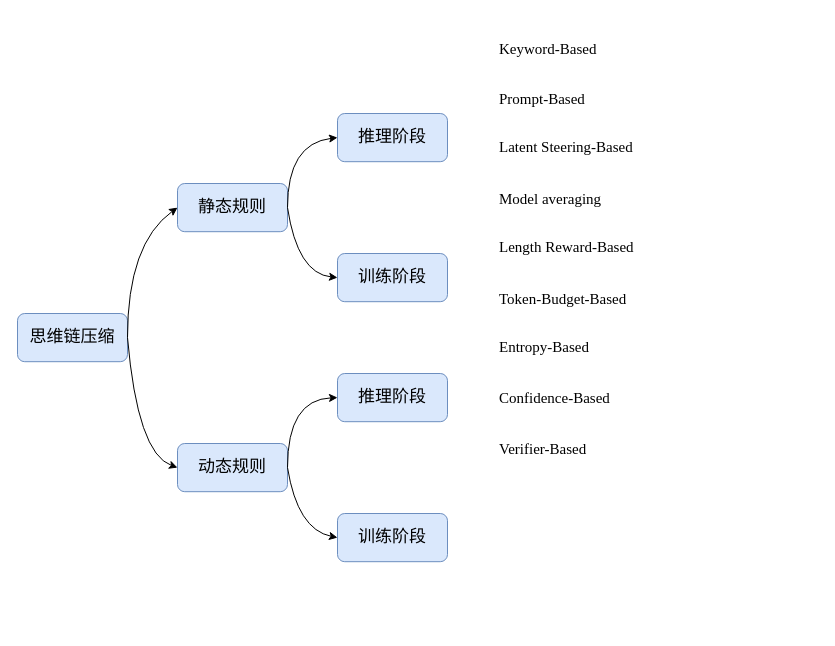
bozhao-li/hello-world keeps this draw.io diagram as 思维链压缩思维导图.drawio. Above is the earlier version. Source tidied: cells renumbered, new cells numbered last; positions are measured from the earlier drawing's top-left corner, leaving out a move shared by most shapes. Both pictures are drawn from the tidied source at 100%, with x=0, y=0 at pixel (17, 33).
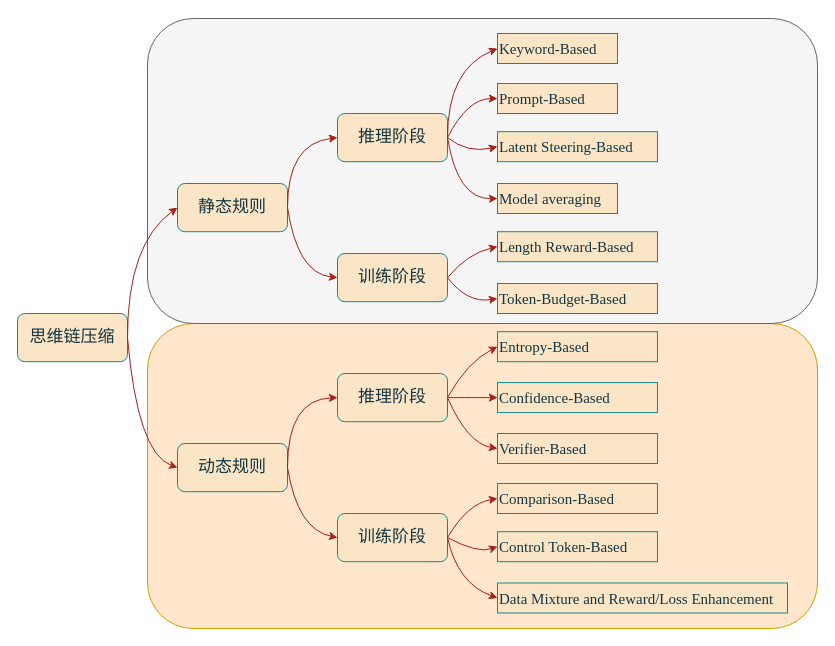
The same diagram, later.

Commit message:
更新思维链压缩思维导图.drawio

The edit, as a diff of the source:
```diff
@@
+    <mxCell id="24" style="rounded=1;whiteSpace=wrap;html=1;fillColor=#ffe6cc;strokeColor=#d79b00;" parent="1" vertex="1">
+      <mxGeometry x="130" y="290" width="670" height="305" as="geometry" />
+    </mxCell>
+    <mxCell id="25" style="rounded=1;whiteSpace=wrap;html=1;strokeColor=#666666;fillColor=#f5f5f5;fontColor=#333333;" parent="1" vertex="1">
+      <mxGeometry x="130" y="-15" width="670" height="305" as="geometry" />
+    </mxCell>
-    <mxCell id="2" value="&lt;font style=&quot;font-size: 17px;&quot;&gt;&lt;span style=&quot;text-wrap-mode: nowrap;&quot;&gt;思维链压缩&lt;/span&gt;&lt;/font&gt;" style="rounded=1;whiteSpace=wrap;html=1;fillColor=#dae8fc;strokeColor=#6c8ebf;fontFamily=Kaiti;" parent="1" vertex="1">
+    <mxCell id="2" value="&lt;font style=&quot;font-size: 17px;&quot;&gt;&lt;span style=&quot;text-wrap-mode: nowrap;&quot;&gt;思维链压缩&lt;/span&gt;&lt;/font&gt;" style="rounded=1;whiteSpace=wrap;html=1;fillColor=#FAE5C7;strokeColor=#0F8B8D;fontFamily=Kaiti;labelBackgroundColor=none;fontColor=#143642;" parent="1" vertex="1">
       <mxGeometry y="280" width="110" height="48.2" as="geometry" />
     </mxCell>
-    <mxCell id="3" value="&lt;span style=&quot;font-size: 17px; text-wrap-mode: nowrap;&quot;&gt;静态规则&lt;/span&gt;" style="rounded=1;whiteSpace=wrap;html=1;fillColor=#dae8fc;strokeColor=#6c8ebf;fontFamily=Kaiti;" parent="1" vertex="1">
+    <mxCell id="3" value="&lt;span style=&quot;font-size: 17px; text-wrap-mode: nowrap;&quot;&gt;静态规则&lt;/span&gt;" style="rounded=1;whiteSpace=wrap;html=1;fillColor=#FAE5C7;strokeColor=#0F8B8D;fontFamily=Kaiti;labelBackgroundColor=none;fontColor=#143642;" parent="1" vertex="1">
       <mxGeometry x="160" y="150" width="110" height="48.2" as="geometry" />
     </mxCell>
-    <mxCell id="4" value="&lt;span style=&quot;font-size: 17px; text-wrap-mode: nowrap;&quot;&gt;动态规则&lt;/span&gt;" style="rounded=1;whiteSpace=wrap;html=1;fillColor=#dae8fc;strokeColor=#6c8ebf;fontFamily=Kaiti;" parent="1" vertex="1">
+    <mxCell id="4" value="&lt;span style=&quot;font-size: 17px; text-wrap-mode: nowrap;&quot;&gt;动态规则&lt;/span&gt;" style="rounded=1;whiteSpace=wrap;html=1;fillColor=#FAE5C7;strokeColor=#0F8B8D;fontFamily=Kaiti;labelBackgroundColor=none;fontColor=#143642;" parent="1" vertex="1">
       <mxGeometry x="160" y="410" width="110" height="48.2" as="geometry" />
     </mxCell>
-    <mxCell id="5" value="&lt;span style=&quot;font-size: 17px; text-wrap-mode: nowrap;&quot;&gt;推理阶段&lt;/span&gt;" style="rounded=1;whiteSpace=wrap;html=1;fillColor=#dae8fc;strokeColor=#6c8ebf;fontFamily=Kaiti;" parent="1" vertex="1">
+    <mxCell id="5" value="&lt;span style=&quot;font-size: 17px; text-wrap-mode: nowrap;&quot;&gt;推理阶段&lt;/span&gt;" style="rounded=1;whiteSpace=wrap;html=1;fillColor=#FAE5C7;strokeColor=#0F8B8D;fontFamily=Kaiti;labelBackgroundColor=none;fontColor=#143642;" parent="1" vertex="1">
       <mxGeometry x="320" y="80" width="110" height="48.2" as="geometry" />
     </mxCell>
-    <mxCell id="6" value="&lt;span style=&quot;font-size: 17px; text-wrap-mode: nowrap;&quot;&gt;训练阶段&lt;/span&gt;" style="rounded=1;whiteSpace=wrap;html=1;fillColor=#dae8fc;strokeColor=#6c8ebf;fontFamily=Kaiti;" parent="1" vertex="1">
+    <mxCell id="6" value="&lt;span style=&quot;font-size: 17px; text-wrap-mode: nowrap;&quot;&gt;训练阶段&lt;/span&gt;" style="rounded=1;whiteSpace=wrap;html=1;fillColor=#FAE5C7;strokeColor=#0F8B8D;fontFamily=Kaiti;labelBackgroundColor=none;fontColor=#143642;" parent="1" vertex="1">
       <mxGeometry x="320" y="220" width="110" height="48.2" as="geometry" />
     </mxCell>
-    <mxCell id="7" value="&lt;span style=&quot;font-size: 17px; text-wrap-mode: nowrap;&quot;&gt;推理阶段&lt;/span&gt;" style="rounded=1;whiteSpace=wrap;html=1;fillColor=#dae8fc;strokeColor=#6c8ebf;fontFamily=Kaiti;" parent="1" vertex="1">
+    <mxCell id="7" value="&lt;span style=&quot;font-size: 17px; text-wrap-mode: nowrap;&quot;&gt;推理阶段&lt;/span&gt;" style="rounded=1;whiteSpace=wrap;html=1;fillColor=#FAE5C7;strokeColor=#0F8B8D;fontFamily=Kaiti;labelBackgroundColor=none;fontColor=#143642;" parent="1" vertex="1">
       <mxGeometry x="320" y="340" width="110" height="48.2" as="geometry" />
     </mxCell>
-    <mxCell id="8" value="&lt;span style=&quot;font-size: 17px; text-wrap-mode: nowrap;&quot;&gt;训练阶段&lt;/span&gt;" style="rounded=1;whiteSpace=wrap;html=1;fillColor=#dae8fc;strokeColor=#6c8ebf;fontFamily=Kaiti;" parent="1" vertex="1">
+    <mxCell id="8" value="&lt;span style=&quot;font-size: 17px; text-wrap-mode: nowrap;&quot;&gt;训练阶段&lt;/span&gt;" style="rounded=1;whiteSpace=wrap;html=1;fillColor=#FAE5C7;strokeColor=#0F8B8D;fontFamily=Kaiti;labelBackgroundColor=none;fontColor=#143642;" parent="1" vertex="1">
       <mxGeometry x="320" y="480" width="110" height="48.2" as="geometry" />
     </mxCell>
-    <mxCell id="9" style="curved=1;endArrow=classic;html=1;rounded=0;exitX=1;exitY=0.5;exitDx=0;exitDy=0;entryX=0;entryY=0.5;entryDx=0;entryDy=0;" parent="1" edge="1" source="2" target="3">
+    <mxCell id="9" style="curved=1;endArrow=classic;html=1;rounded=0;exitX=1;exitY=0.5;exitDx=0;exitDy=0;entryX=0;entryY=0.5;entryDx=0;entryDy=0;labelBackgroundColor=none;strokeColor=#A8201A;fontColor=default;" parent="1" edge="1" source="2" target="3">
       <mxGeometry relative="1" as="geometry">
         <Array as="points">
           <mxPoint x="110" y="210" />
         </Array>
       </mxGeometry>
     </mxCell>
-    <mxCell id="10" style="curved=1;endArrow=classic;html=1;rounded=0;exitX=1;exitY=0.5;exitDx=0;exitDy=0;entryX=0;entryY=0.5;entryDx=0;entryDy=0;" parent="1" edge="1" source="2" target="4">
+    <mxCell id="10" style="curved=1;endArrow=classic;html=1;rounded=0;exitX=1;exitY=0.5;exitDx=0;exitDy=0;entryX=0;entryY=0.5;entryDx=0;entryDy=0;labelBackgroundColor=none;strokeColor=#A8201A;fontColor=default;" parent="1" edge="1" source="2" target="4">
       <mxGeometry relative="1" as="geometry">
         <Array as="points">
           <mxPoint x="120" y="420" />
         </Array>
       </mxGeometry>
     </mxCell>
-    <mxCell id="11" style="curved=1;endArrow=classic;html=1;rounded=0;entryX=0;entryY=0.5;entryDx=0;entryDy=0;exitX=1;exitY=0.5;exitDx=0;exitDy=0;" parent="1" edge="1" source="3" target="5">
+    <mxCell id="11" style="curved=1;endArrow=classic;html=1;rounded=0;entryX=0;entryY=0.5;entryDx=0;entryDy=0;exitX=1;exitY=0.5;exitDx=0;exitDy=0;labelBackgroundColor=none;strokeColor=#A8201A;fontColor=default;" parent="1" edge="1" source="3" target="5">
       <mxGeometry relative="1" as="geometry">
         <Array as="points">
           <mxPoint x="270" y="110" />
         </Array>
       </mxGeometry>
     </mxCell>
-    <mxCell id="12" style="curved=1;endArrow=classic;html=1;rounded=0;entryX=0;entryY=0.5;entryDx=0;entryDy=0;exitX=1;exitY=0.5;exitDx=0;exitDy=0;" parent="1" edge="1" source="4" target="7">
+    <mxCell id="12" style="curved=1;endArrow=classic;html=1;rounded=0;entryX=0;entryY=0.5;entryDx=0;entryDy=0;exitX=1;exitY=0.5;exitDx=0;exitDy=0;labelBackgroundColor=none;strokeColor=#A8201A;fontColor=default;" parent="1" edge="1" source="4" target="7">
       <mxGeometry relative="1" as="geometry">
         <Array as="points">
           <mxPoint x="270" y="366" />
         </Array>
       </mxGeometry>
     </mxCell>
-    <mxCell id="13" style="curved=1;endArrow=classic;html=1;rounded=0;exitX=1;exitY=0.5;exitDx=0;exitDy=0;entryX=0;entryY=0.5;entryDx=0;entryDy=0;" parent="1" edge="1" source="3" target="6">
+    <mxCell id="13" style="curved=1;endArrow=classic;html=1;rounded=0;exitX=1;exitY=0.5;exitDx=0;exitDy=0;entryX=0;entryY=0.5;entryDx=0;entryDy=0;labelBackgroundColor=none;strokeColor=#A8201A;fontColor=default;" parent="1" edge="1" source="3" target="6">
       <mxGeometry relative="1" as="geometry">
         <Array as="points">
           <mxPoint x="280" y="240" />
         </Array>
       </mxGeometry>
     </mxCell>
-    <mxCell id="14" style="curved=1;endArrow=classic;html=1;rounded=0;exitX=1;exitY=0.5;exitDx=0;exitDy=0;entryX=0;entryY=0.5;entryDx=0;entryDy=0;" parent="1" edge="1" source="4" target="8">
+    <mxCell id="14" style="curved=1;endArrow=classic;html=1;rounded=0;exitX=1;exitY=0.5;exitDx=0;exitDy=0;entryX=0;entryY=0.5;entryDx=0;entryDy=0;labelBackgroundColor=none;strokeColor=#A8201A;fontColor=default;" parent="1" edge="1" source="4" target="8">
       <mxGeometry relative="1" as="geometry">
         <Array as="points">
           <mxPoint x="280" y="496" />
         </Array>
       </mxGeometry>
     </mxCell>
-    <mxCell id="15" value="&lt;h4 style=&quot;font-size: 16px;&quot;&gt;&lt;span style=&quot;font-family: 楷体; font-weight: normal;&quot;&gt;&lt;font style=&quot;font-size: 15px;&quot; face=&quot;Times New Roman&quot;&gt;Keyword-Based&lt;/font&gt;&lt;/span&gt;&lt;/h4&gt;" style="text;html=1;whiteSpace=wrap;strokeColor=none;fillColor=none;align=left;verticalAlign=middle;rounded=0;" parent="1" vertex="1">
+    <mxCell id="15" value="&lt;h4 style=&quot;font-size: 16px;&quot;&gt;&lt;span style=&quot;font-family: 楷体; font-weight: normal;&quot;&gt;&lt;font style=&quot;font-size: 15px;&quot; face=&quot;Times New Roman&quot;&gt;Keyword-Based&lt;/font&gt;&lt;/span&gt;&lt;/h4&gt;" style="text;html=1;whiteSpace=wrap;strokeColor=#0F8B8D;fillColor=#FAE5C7;align=left;verticalAlign=middle;rounded=0;labelBackgroundColor=none;fontColor=#143642;" parent="1" vertex="1">
       <mxGeometry x="480" width="120" height="30" as="geometry" />
     </mxCell>
-    <mxCell id="16" value="&lt;h4 style=&quot;&quot;&gt;&lt;font face=&quot;Times New Roman&quot;&gt;&lt;span style=&quot;font-size: 15px; font-weight: 400;&quot;&gt;Prompt-Based&lt;/span&gt;&lt;/font&gt;&lt;/h4&gt;" style="text;html=1;whiteSpace=wrap;strokeColor=none;fillColor=none;align=left;verticalAlign=middle;rounded=0;" parent="1" vertex="1">
+    <mxCell id="16" value="&lt;h4 style=&quot;&quot;&gt;&lt;font face=&quot;Times New Roman&quot;&gt;&lt;span style=&quot;font-size: 15px; font-weight: 400;&quot;&gt;Prompt-Based&lt;/span&gt;&lt;/font&gt;&lt;/h4&gt;" style="text;html=1;whiteSpace=wrap;strokeColor=#0F8B8D;fillColor=#FAE5C7;align=left;verticalAlign=middle;rounded=0;labelBackgroundColor=none;fontColor=#143642;" parent="1" vertex="1">
       <mxGeometry x="480" y="50" width="120" height="30" as="geometry" />
     </mxCell>
-    <mxCell id="17" value="&lt;h4 style=&quot;&quot;&gt;&lt;font face=&quot;Times New Roman&quot;&gt;&lt;span style=&quot;font-size: 15px; font-weight: 400;&quot;&gt;Latent Steering-Based&lt;/span&gt;&lt;/font&gt;&lt;/h4&gt;" style="text;html=1;whiteSpace=wrap;strokeColor=none;fillColor=none;align=left;verticalAlign=middle;rounded=0;" parent="1" vertex="1">
+    <mxCell id="17" value="&lt;h4 style=&quot;&quot;&gt;&lt;font face=&quot;Times New Roman&quot;&gt;&lt;span style=&quot;font-size: 15px; font-weight: 400;&quot;&gt;Latent Steering-Based&lt;/span&gt;&lt;/font&gt;&lt;/h4&gt;" style="text;html=1;whiteSpace=wrap;strokeColor=#0F8B8D;fillColor=#FAE5C7;align=left;verticalAlign=middle;rounded=0;labelBackgroundColor=none;fontColor=#143642;" parent="1" vertex="1">
       <mxGeometry x="480" y="98.2" width="160" height="30" as="geometry" />
     </mxCell>
-    <mxCell id="18" value="&lt;h4 style=&quot;&quot;&gt;&lt;font face=&quot;Times New Roman&quot;&gt;&lt;span style=&quot;font-size: 15px; font-weight: 400;&quot;&gt;Model averaging&lt;/span&gt;&lt;/font&gt;&lt;/h4&gt;" style="text;html=1;whiteSpace=wrap;strokeColor=none;fillColor=none;align=left;verticalAlign=middle;rounded=0;" parent="1" vertex="1">
+    <mxCell id="18" value="&lt;h4 style=&quot;&quot;&gt;&lt;font face=&quot;Times New Roman&quot;&gt;&lt;span style=&quot;font-size: 15px; font-weight: 400;&quot;&gt;Model averaging&lt;/span&gt;&lt;/font&gt;&lt;/h4&gt;" style="text;html=1;whiteSpace=wrap;strokeColor=#0F8B8D;fillColor=#FAE5C7;align=left;verticalAlign=middle;rounded=0;labelBackgroundColor=none;fontColor=#143642;" parent="1" vertex="1">
       <mxGeometry x="480" y="150" width="120" height="30" as="geometry" />
     </mxCell>
-    <mxCell id="19" value="&lt;h4 style=&quot;&quot;&gt;&lt;font face=&quot;Times New Roman&quot;&gt;&lt;span style=&quot;font-size: 15px; font-weight: 400;&quot;&gt;Length Reward-Based&lt;/span&gt;&lt;/font&gt;&lt;/h4&gt;" style="text;html=1;whiteSpace=wrap;strokeColor=none;fillColor=none;align=left;verticalAlign=middle;rounded=0;" parent="1" vertex="1">
+    <mxCell id="19" value="&lt;h4 style=&quot;&quot;&gt;&lt;font face=&quot;Times New Roman&quot;&gt;&lt;span style=&quot;font-size: 15px; font-weight: 400;&quot;&gt;Length Reward-Based&lt;/span&gt;&lt;/font&gt;&lt;/h4&gt;" style="text;html=1;whiteSpace=wrap;strokeColor=#0F8B8D;fillColor=#FAE5C7;align=left;verticalAlign=middle;rounded=0;labelBackgroundColor=none;fontColor=#143642;" parent="1" vertex="1">
       <mxGeometry x="480" y="198.2" width="160" height="30" as="geometry" />
     </mxCell>
-    <mxCell id="20" value="&lt;h4 style=&quot;&quot;&gt;&lt;font face=&quot;Times New Roman&quot;&gt;&lt;span style=&quot;font-size: 15px; font-weight: 400;&quot;&gt;Token-Budget-Based&lt;/span&gt;&lt;/font&gt;&lt;/h4&gt;" style="text;html=1;whiteSpace=wrap;strokeColor=none;fillColor=none;align=left;verticalAlign=middle;rounded=0;" parent="1" vertex="1">
+    <mxCell id="20" value="&lt;h4 style=&quot;&quot;&gt;&lt;font face=&quot;Times New Roman&quot;&gt;&lt;span style=&quot;font-size: 15px; font-weight: 400;&quot;&gt;Token-Budget-Based&lt;/span&gt;&lt;/font&gt;&lt;/h4&gt;" style="text;html=1;whiteSpace=wrap;strokeColor=#0F8B8D;fillColor=#FAE5C7;align=left;verticalAlign=middle;rounded=0;labelBackgroundColor=none;fontColor=#143642;" parent="1" vertex="1">
       <mxGeometry x="480" y="250" width="160" height="30" as="geometry" />
     </mxCell>
-    <mxCell id="21" value="&lt;h4 style=&quot;&quot;&gt;&lt;font face=&quot;Times New Roman&quot;&gt;&lt;span style=&quot;font-size: 15px; font-weight: 400;&quot;&gt;Entropy-Based&lt;/span&gt;&lt;/font&gt;&lt;/h4&gt;" style="text;html=1;whiteSpace=wrap;strokeColor=none;fillColor=none;align=left;verticalAlign=middle;rounded=0;" parent="1" vertex="1">
+    <mxCell id="21" value="&lt;h4 style=&quot;&quot;&gt;&lt;font face=&quot;Times New Roman&quot;&gt;&lt;span style=&quot;font-size: 15px; font-weight: 400;&quot;&gt;Entropy-Based&lt;/span&gt;&lt;/font&gt;&lt;/h4&gt;" style="text;html=1;whiteSpace=wrap;strokeColor=#0F8B8D;fillColor=#FAE5C7;align=left;verticalAlign=middle;rounded=0;labelBackgroundColor=none;fontColor=#143642;" parent="1" vertex="1">
       <mxGeometry x="480" y="298.2" width="160" height="30" as="geometry" />
     </mxCell>
-    <mxCell id="22" value="&lt;h4 style=&quot;&quot;&gt;&lt;font face=&quot;Times New Roman&quot;&gt;&lt;span style=&quot;font-size: 15px; font-weight: 400;&quot;&gt;Confidence-Based&lt;/span&gt;&lt;/font&gt;&lt;/h4&gt;" style="text;html=1;whiteSpace=wrap;strokeColor=none;fillColor=none;align=left;verticalAlign=middle;rounded=0;" parent="1" vertex="1">
+    <mxCell id="22" value="&lt;h4 style=&quot;&quot;&gt;&lt;font face=&quot;Times New Roman&quot;&gt;&lt;span style=&quot;font-size: 15px; font-weight: 400;&quot;&gt;Confidence-Based&lt;/span&gt;&lt;/font&gt;&lt;/h4&gt;" style="text;html=1;whiteSpace=wrap;strokeColor=#0F8B8D;fillColor=#FAE5C7;align=left;verticalAlign=middle;rounded=0;labelBackgroundColor=none;fontColor=#143642;" parent="1" vertex="1">
       <mxGeometry x="480" y="349.1" width="160" height="30" as="geometry" />
     </mxCell>
-    <mxCell id="23" value="&lt;h4 style=&quot;&quot;&gt;&lt;font face=&quot;Times New Roman&quot;&gt;&lt;span style=&quot;font-size: 15px; font-weight: 400;&quot;&gt;Verifier-Based&lt;/span&gt;&lt;/font&gt;&lt;/h4&gt;" style="text;html=1;whiteSpace=wrap;strokeColor=none;fillColor=none;align=left;verticalAlign=middle;rounded=0;" parent="1" vertex="1">
+    <mxCell id="23" value="&lt;h4 style=&quot;&quot;&gt;&lt;font face=&quot;Times New Roman&quot;&gt;&lt;span style=&quot;font-size: 15px; font-weight: 400;&quot;&gt;Verifier-Based&lt;/span&gt;&lt;/font&gt;&lt;/h4&gt;" style="text;html=1;whiteSpace=wrap;strokeColor=#0F8B8D;fillColor=#FAE5C7;align=left;verticalAlign=middle;rounded=0;labelBackgroundColor=none;fontColor=#143642;" parent="1" vertex="1">
       <mxGeometry x="480" y="400" width="160" height="30" as="geometry" />
     </mxCell>
+    <mxCell id="26" value="&lt;h4 style=&quot;&quot;&gt;&lt;font face=&quot;Times New Roman&quot;&gt;&lt;span style=&quot;font-size: 15px; font-weight: 400;&quot;&gt;Comparison-Based&lt;/span&gt;&lt;/font&gt;&lt;/h4&gt;" style="text;html=1;whiteSpace=wrap;strokeColor=#0F8B8D;fillColor=#FAE5C7;align=left;verticalAlign=middle;rounded=0;labelBackgroundColor=none;fontColor=#143642;" parent="1" vertex="1">
+      <mxGeometry x="480" y="450" width="160" height="30" as="geometry" />
+    </mxCell>
+    <mxCell id="27" value="&lt;h4 style=&quot;&quot;&gt;&lt;font face=&quot;Times New Roman&quot;&gt;&lt;span style=&quot;font-size: 15px; font-weight: 400;&quot;&gt;Control Token-Based&lt;/span&gt;&lt;/font&gt;&lt;/h4&gt;" style="text;html=1;whiteSpace=wrap;strokeColor=#0F8B8D;fillColor=#FAE5C7;align=left;verticalAlign=middle;rounded=0;labelBackgroundColor=none;fontColor=#143642;" parent="1" vertex="1">
+      <mxGeometry x="480" y="498.2" width="160" height="30" as="geometry" />
+    </mxCell>
+    <mxCell id="28" value="&lt;h4 style=&quot;&quot;&gt;&lt;font face=&quot;Times New Roman&quot;&gt;&lt;span style=&quot;font-size: 15px; font-weight: 400;&quot;&gt;Data Mixture and Reward/Loss Enhancement&lt;/span&gt;&lt;/font&gt;&lt;/h4&gt;" style="text;html=1;whiteSpace=wrap;strokeColor=#0F8B8D;fillColor=#FAE5C7;align=left;verticalAlign=middle;rounded=0;labelBackgroundColor=none;fontColor=#143642;" parent="1" vertex="1">
+      <mxGeometry x="480" y="549.5" width="290" height="30" as="geometry" />
+    </mxCell>
+    <mxCell id="29" style="curved=1;endArrow=classic;html=1;rounded=0;entryX=0;entryY=0.5;entryDx=0;entryDy=0;exitX=1;exitY=0.5;exitDx=0;exitDy=0;labelBackgroundColor=none;strokeColor=#A8201A;fontColor=default;" parent="1" edge="1" source="5" target="15">
+      <mxGeometry relative="1" as="geometry">
+        <Array as="points">
+          <mxPoint x="430" y="36" />
+        </Array>
+      </mxGeometry>
+    </mxCell>
+    <mxCell id="30" style="curved=1;endArrow=classic;html=1;rounded=0;entryX=0;entryY=0.5;entryDx=0;entryDy=0;exitX=1;exitY=0.5;exitDx=0;exitDy=0;labelBackgroundColor=none;strokeColor=#A8201A;fontColor=default;" parent="1" edge="1" source="5" target="16">
+      <mxGeometry relative="1" as="geometry">
+        <Array as="points">
+          <mxPoint x="450" y="65" />
+        </Array>
+      </mxGeometry>
+    </mxCell>
+    <mxCell id="31" style="curved=1;endArrow=classic;html=1;rounded=0;exitX=1;exitY=0.5;exitDx=0;exitDy=0;entryX=0;entryY=0.5;entryDx=0;entryDy=0;labelBackgroundColor=none;strokeColor=#A8201A;fontColor=default;" parent="1" edge="1" source="5" target="18">
+      <mxGeometry relative="1" as="geometry">
+        <Array as="points">
+          <mxPoint x="440" y="166" />
+        </Array>
+      </mxGeometry>
+    </mxCell>
+    <mxCell id="32" style="curved=1;endArrow=classic;html=1;rounded=0;exitX=1;exitY=0.5;exitDx=0;exitDy=0;entryX=0;entryY=0.5;entryDx=0;entryDy=0;labelBackgroundColor=none;strokeColor=#A8201A;fontColor=default;" parent="1" edge="1" source="5" target="17">
+      <mxGeometry relative="1" as="geometry">
+        <Array as="points">
+          <mxPoint x="450" y="120" />
+        </Array>
+      </mxGeometry>
+    </mxCell>
+    <mxCell id="33" style="curved=1;endArrow=classic;html=1;rounded=0;entryX=0;entryY=0.5;entryDx=0;entryDy=0;exitX=1;exitY=0.5;exitDx=0;exitDy=0;labelBackgroundColor=none;strokeColor=#A8201A;fontColor=default;" parent="1" edge="1" source="6" target="19">
+      <mxGeometry relative="1" as="geometry">
+        <Array as="points">
+          <mxPoint x="450" y="220" />
+        </Array>
+      </mxGeometry>
+    </mxCell>
+    <mxCell id="34" style="curved=1;endArrow=classic;html=1;rounded=0;exitX=1;exitY=0.5;exitDx=0;exitDy=0;entryX=0;entryY=0.5;entryDx=0;entryDy=0;labelBackgroundColor=none;strokeColor=#A8201A;fontColor=default;" parent="1" edge="1" source="6" target="20">
+      <mxGeometry relative="1" as="geometry">
+        <Array as="points">
+          <mxPoint x="450" y="270" />
+        </Array>
+      </mxGeometry>
+    </mxCell>
+    <mxCell id="35" style="curved=1;endArrow=classic;html=1;rounded=0;entryX=0;entryY=0.5;entryDx=0;entryDy=0;exitX=1;exitY=0.5;exitDx=0;exitDy=0;labelBackgroundColor=none;strokeColor=#A8201A;fontColor=default;" parent="1" edge="1" source="7" target="21">
+      <mxGeometry relative="1" as="geometry">
+        <Array as="points">
+          <mxPoint x="450" y="328.2" />
+        </Array>
+      </mxGeometry>
+    </mxCell>
+    <mxCell id="36" style="curved=1;endArrow=classic;html=1;rounded=0;entryX=0;entryY=0.5;entryDx=0;entryDy=0;exitX=1;exitY=0.5;exitDx=0;exitDy=0;labelBackgroundColor=none;strokeColor=#A8201A;fontColor=default;" parent="1" edge="1" source="7" target="22">
+      <mxGeometry relative="1" as="geometry" />
+    </mxCell>
+    <mxCell id="37" style="curved=1;endArrow=classic;html=1;rounded=0;exitX=1;exitY=0.5;exitDx=0;exitDy=0;entryX=0;entryY=0.5;entryDx=0;entryDy=0;labelBackgroundColor=none;strokeColor=#A8201A;fontColor=default;" parent="1" edge="1" source="7" target="23">
+      <mxGeometry relative="1" as="geometry">
+        <Array as="points">
+          <mxPoint x="450" y="410" />
+        </Array>
+      </mxGeometry>
+    </mxCell>
+    <mxCell id="38" style="curved=1;endArrow=classic;html=1;rounded=0;entryX=0;entryY=0.5;entryDx=0;entryDy=0;exitX=1;exitY=0.5;exitDx=0;exitDy=0;labelBackgroundColor=none;strokeColor=#A8201A;fontColor=default;" parent="1" edge="1" source="8" target="26">
+      <mxGeometry relative="1" as="geometry">
+        <Array as="points">
+          <mxPoint x="450" y="470" />
+        </Array>
+      </mxGeometry>
+    </mxCell>
+    <mxCell id="39" style="curved=1;endArrow=classic;html=1;rounded=0;entryX=0;entryY=0.5;entryDx=0;entryDy=0;exitX=1;exitY=0.5;exitDx=0;exitDy=0;labelBackgroundColor=none;strokeColor=#A8201A;fontColor=default;" parent="1" edge="1" source="8" target="27">
+      <mxGeometry relative="1" as="geometry">
+        <Array as="points">
+          <mxPoint x="460" y="520" />
+        </Array>
+      </mxGeometry>
+    </mxCell>
+    <mxCell id="40" style="curved=1;endArrow=classic;html=1;rounded=0;exitX=1;exitY=0.5;exitDx=0;exitDy=0;entryX=0;entryY=0.5;entryDx=0;entryDy=0;labelBackgroundColor=none;strokeColor=#A8201A;fontColor=default;" parent="1" edge="1" source="8" target="28">
+      <mxGeometry relative="1" as="geometry">
+        <Array as="points">
+          <mxPoint x="440" y="550" />
+        </Array>
+      </mxGeometry>
+    </mxCell>
```
